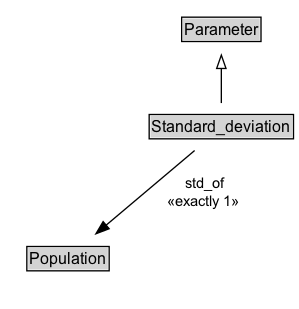
ISO-TC204/ontology-i72-v1 keeps this Graphviz diagram as docs/diagrams/Standard_deviation.dot.png. Above is the earlier version. Its source is kept beside it as docs/diagrams/Standard_deviation.dot. Its diagram source:
```dot
digraph {
	graph [overlap=false rankdir=TB splines=true]
	node [fontname=Arial fontsize=12 margin=0 shape=none]
	edge [fontname=Arial fontsize=11]
	{
		rank=max
		Standard_deviation [label=<<TABLE BORDER="1" CELLBORDER="0" CELLSPACING="0" CELLPADDING="1"><TR><TD BGCOLOR="lightgray" ALIGN="CENTER" PORT="e">Standard_deviation</TD></TR></TABLE>> URL="../Standard_deviation.md" margin=0]
	}
	subgraph cluster_associated {
		label="" style=invis
		Invis [label=<<TABLE BORDER="0" CELLBORDER="0" CELLSPACING="0" CELLPADDING="1"><TR><TD></TD></TR></TABLE>> margin=0 style=invis]
		Population [label=<<TABLE BORDER="1" CELLBORDER="0" CELLSPACING="0" CELLPADDING="1"><TR><TD BGCOLOR="lightgray" ALIGN="CENTER">Population</TD></TR></TABLE>> URL="../Population.md" margin=0]
	}
	Parameter [label=<<TABLE BORDER="1" CELLBORDER="0" CELLSPACING="0" CELLPADDING="1"><TR><TD BGCOLOR="lightgray" ALIGN="CENTER">Parameter</TD></TR></TABLE>> URL="../Parameter.md" margin=0]
	Standard_deviation -> Parameter [arrowhead=onormal style=solid]
	Standard_deviation -> Invis [style=invis]
	Invis -> Population [style=invis]
	Standard_deviation -> Population [label=" std_of
 «exactly 1»  " arrowhead=normal style=solid]
}
```
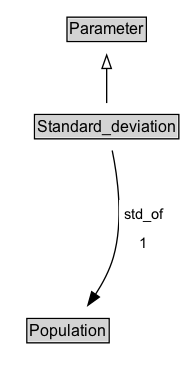
Above is the later version.

What changed in the source:
```diff
@@ -3,18 +3,21 @@
 	node [fontname=Arial fontsize=12 margin=0 shape=none]
 	edge [fontname=Arial fontsize=11]
 	{
+		rank=source
+		Parameter [label=<<TABLE BORDER="1" CELLBORDER="0" CELLSPACING="0" CELLPADDING="1"><TR><TD BGCOLOR="lightgray" ALIGN="CENTER">Parameter</TD></TR></TABLE>> URL="../Parameter" margin=0]
+	}
+	Standard_deviation [label=<<TABLE BORDER="1" CELLBORDER="0" CELLSPACING="0" CELLPADDING="1"><TR><TD BGCOLOR="lightgray" ALIGN="CENTER">Standard_deviation</TD></TR></TABLE>> URL="../Standard_deviation" margin=0]
+	{
 		rank=max
-		Standard_deviation [label=<<TABLE BORDER="1" CELLBORDER="0" CELLSPACING="0" CELLPADDING="1"><TR><TD BGCOLOR="lightgray" ALIGN="CENTER" PORT="e">Standard_deviation</TD></TR></TABLE>> URL="../Standard_deviation.md" margin=0]
 	}
 	subgraph cluster_associated {
 		label="" style=invis
 		Invis [label=<<TABLE BORDER="0" CELLBORDER="0" CELLSPACING="0" CELLPADDING="1"><TR><TD></TD></TR></TABLE>> margin=0 style=invis]
-		Population [label=<<TABLE BORDER="1" CELLBORDER="0" CELLSPACING="0" CELLPADDING="1"><TR><TD BGCOLOR="lightgray" ALIGN="CENTER">Population</TD></TR></TABLE>> URL="../Population.md" margin=0]
+		Population [label=<<TABLE BORDER="1" CELLBORDER="0" CELLSPACING="0" CELLPADDING="1"><TR><TD BGCOLOR="lightgray" ALIGN="CENTER">Population</TD></TR></TABLE>> URL="../Population" margin=0]
 	}
-	Parameter [label=<<TABLE BORDER="1" CELLBORDER="0" CELLSPACING="0" CELLPADDING="1"><TR><TD BGCOLOR="lightgray" ALIGN="CENTER">Parameter</TD></TR></TABLE>> URL="../Parameter.md" margin=0]
 	Standard_deviation -> Parameter [arrowhead=onormal style=solid]
 	Standard_deviation -> Invis [style=invis]
 	Invis -> Population [style=invis]
-	Standard_deviation -> Population [label=" std_of
- «exactly 1»  " arrowhead=normal style=solid]
+	Population [label=<<TABLE BORDER="1" CELLBORDER="0" CELLSPACING="0" CELLPADDING="1"><TR><TD BGCOLOR="lightgray" ALIGN="CENTER">Population</TD></TR></TABLE>> URL="../Population" margin=0]
+	Standard_deviation -> Population [label=<<TABLE BORDER="0" CELLBORDER="0" CELLSPACING="0" CELLPADDING="4" BGCOLOR="white"><TR><TD ALIGN="CENTER">std_of</TD></TR><TR><TD ALIGN="CENTER">1</TD></TR></TABLE>> arrowhead=normal style=solid]
 }
```
